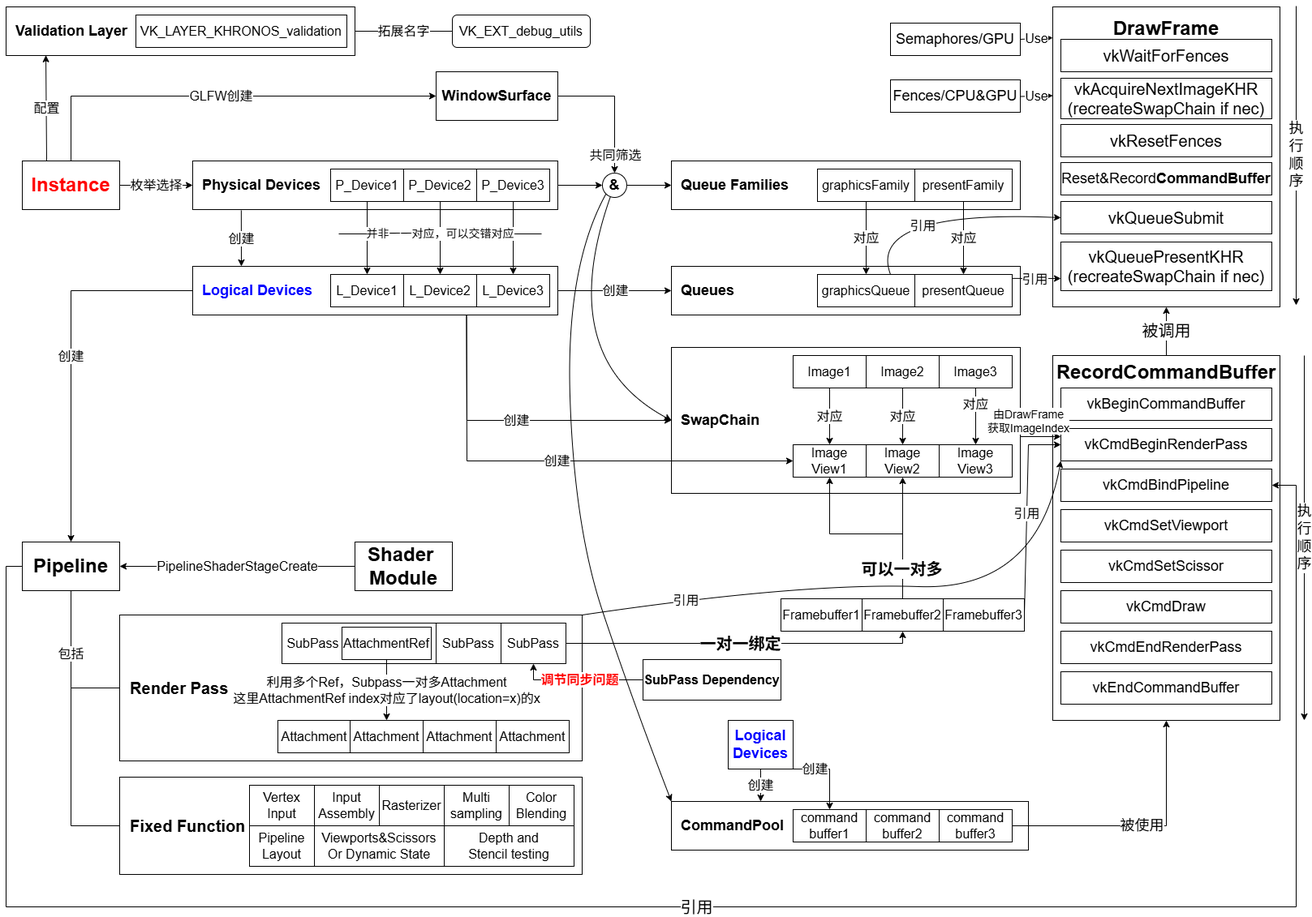
The draw.io diagram mindmaps/draw_triangle_mindmap.png in SleepEaaarly/Vulkan-Learning, before a commit. Source tidied: cells renumbered, new cells last; positions are measured from the earlier drawing's top-left corner, leaving out a move shared by most shapes.
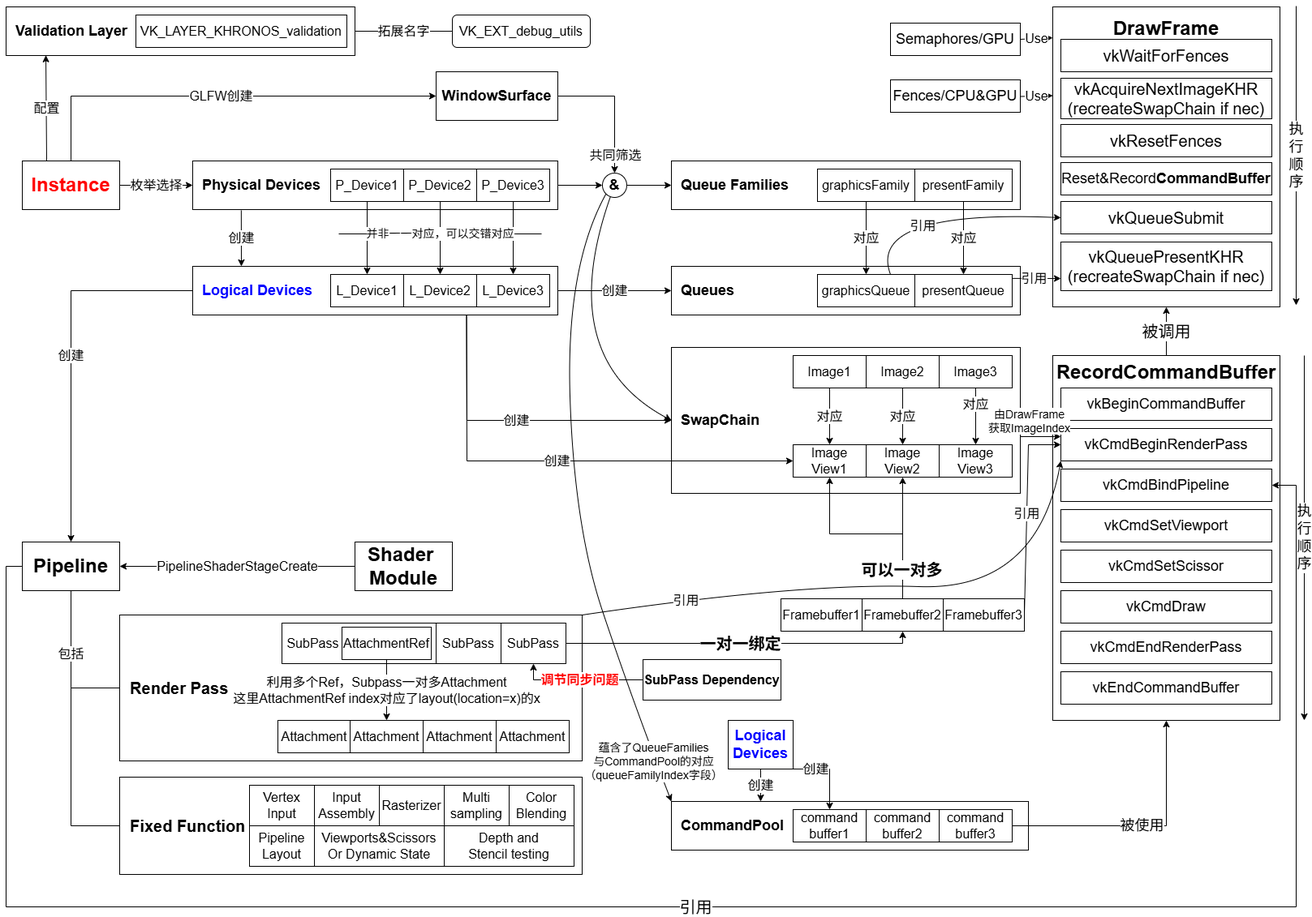
After the change.

Diff of the diagram source:
```diff
@@ -314,6 +314,11 @@
         </Array>
       </mxGeometry>
     </mxCell>
+    <mxCell id="126" value="&lt;font style=&quot;font-size: 14px;&quot;&gt;蕴含了QueueFamilies&lt;br&gt;与CommandPool的对应&lt;br&gt;（queueFamilyIndex字段）&lt;/font&gt;" style="edgeLabel;html=1;align=center;verticalAlign=middle;" parent="86" vertex="1">
+      <mxGeometry x="0.77" y="-1" relative="1" as="geometry">
+        <mxPoint x="10" y="33" as="offset" />
+      </mxGeometry>
+    </mxCell>
     <mxCell id="87" value="&lt;div style=&quot;&quot;&gt;&lt;b style=&quot;color: light-dark(rgb(0, 0, 255), rgb(237, 237, 237)); font-size: 18px; background-color: transparent;&quot;&gt;Logical Devices&lt;/b&gt;&lt;/div&gt;" style="rounded=0;whiteSpace=wrap;html=1;align=center;" parent="1" vertex="1">
       <mxGeometry x="890" y="881" width="80" height="60" as="geometry" />
     </mxCell>
```
